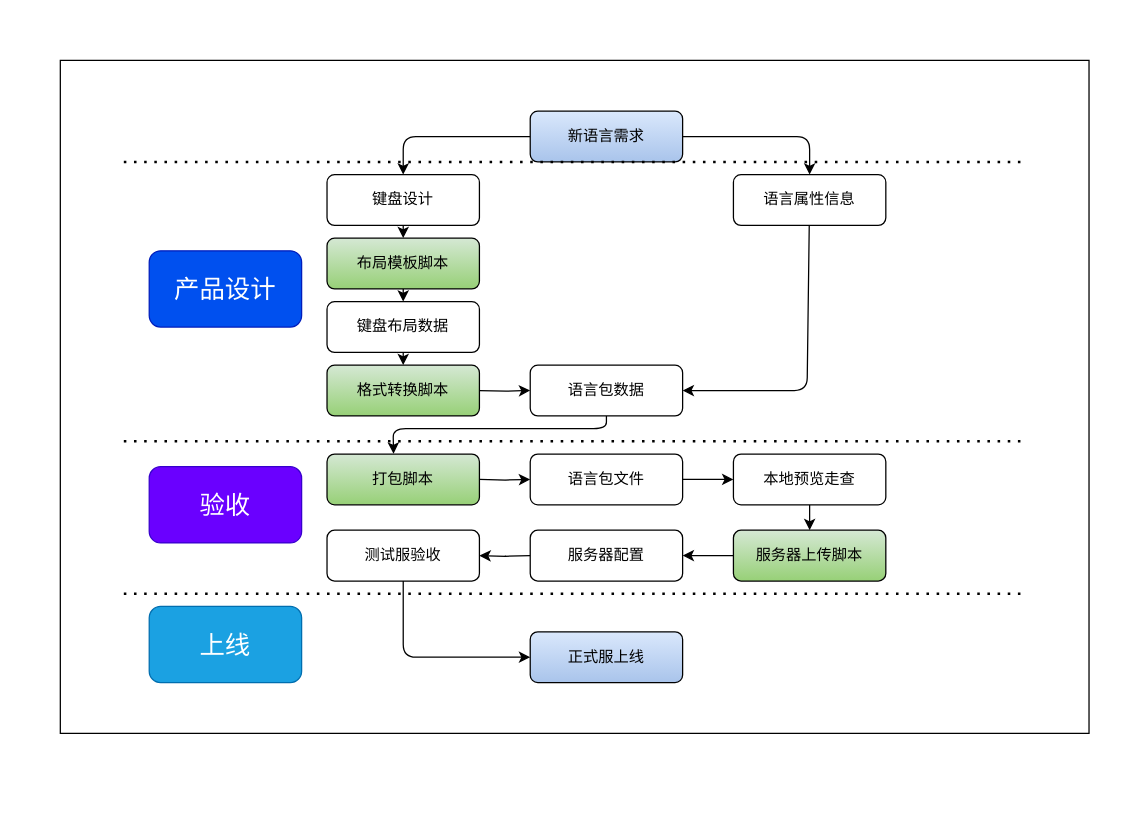
Above: layout-editor/布局编辑器.drawio in chonglv/charts (draw.io), before the change. Source tidied: cells renumbered, new cells numbered last; positions are measured from the earlier drawing's top-left corner, leaving out a move shared by most shapes. Both pictures are drawn from the tidied source at 127%, with x=0, y=0 at pixel (22, 22).
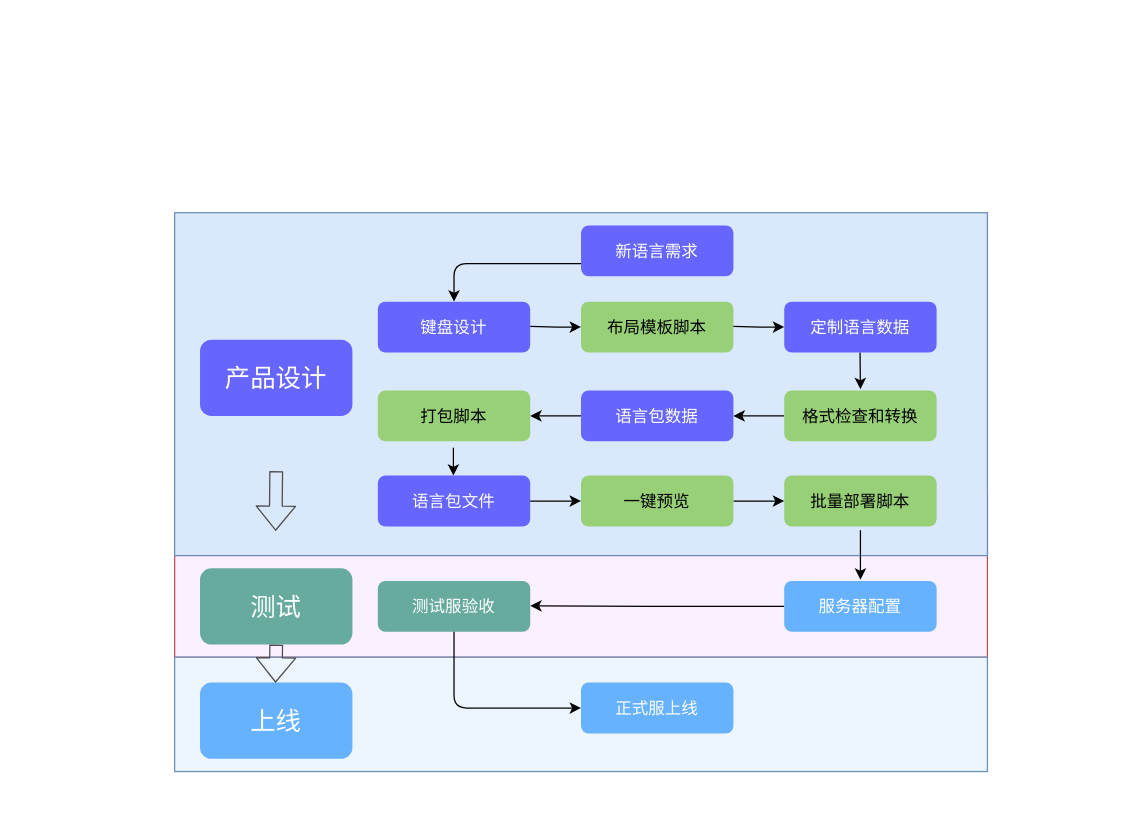
After the change.

Commit message:
Update 布局编辑器.drawio

What changed in the source:
```diff
@@
-    <mxCell id="2" style="edgeStyle=orthogonalEdgeStyle;rounded=0;orthogonalLoop=1;jettySize=auto;html=1;" parent="1" edge="1">
-      <mxGeometry relative="1" as="geometry">
-        <mxPoint x="300" y="210" as="sourcePoint" />
-        <mxPoint x="300" y="220" as="targetPoint" />
-      </mxGeometry>
-    </mxCell>
+    <mxCell id="38" style="rounded=0;whiteSpace=wrap;html=1;shadow=0;gradientColor=none;fontSize=13;fontColor=#FFFFFF;fillColor=none;strokeColor=none;" parent="1" vertex="1">
+      <mxGeometry x="80" y="120" width="720" height="490" as="geometry" />
+    </mxCell>
+    <mxCell id="39" style="rounded=0;whiteSpace=wrap;html=1;shadow=0;fontSize=13;strokeColor=#b85450;fillColor=#FAF0FF;" parent="1" vertex="1">
+      <mxGeometry x="120" y="370" width="640" height="130" as="geometry" />
+    </mxCell>
+    <mxCell id="40" style="rounded=0;whiteSpace=wrap;html=1;fontSize=13;shadow=0;fillColor=#dae8fc;strokeColor=#6c8ebf;" parent="1" vertex="1">
+      <mxGeometry x="120" y="150" width="640" height="270" as="geometry" />
+    </mxCell>
     <mxCell id="3" style="edgeStyle=orthogonalEdgeStyle;rounded=0;orthogonalLoop=1;jettySize=auto;html=1;" parent="1" edge="1">
       <mxGeometry relative="1" as="geometry">
-        <mxPoint x="300" y="260" as="sourcePoint" />
-        <mxPoint x="300" y="270" as="targetPoint" />
+        <mxPoint x="339.5" y="335" as="sourcePoint" />
+        <mxPoint x="339.5" y="357" as="targetPoint" />
       </mxGeometry>
     </mxCell>
-    <mxCell id="4" style="edgeStyle=orthogonalEdgeStyle;rounded=0;orthogonalLoop=1;jettySize=auto;html=1;" parent="1" edge="1">
+    <mxCell id="4" style="edgeStyle=orthogonalEdgeStyle;rounded=0;jettySize=auto;html=1;entryX=0;entryY=0.5;entryDx=0;entryDy=0;" parent="1" edge="1" target="20">
       <mxGeometry relative="1" as="geometry">
-        <mxPoint x="360" y="290" as="sourcePoint" />
-        <mxPoint x="400" y="290" as="targetPoint" />
+        <mxPoint x="400" y="239.5" as="sourcePoint" />
       </mxGeometry>
     </mxCell>
-    <mxCell id="5" style="edgeStyle=orthogonalEdgeStyle;rounded=0;orthogonalLoop=1;jettySize=auto;html=1;" parent="1" edge="1">
-      <mxGeometry relative="1" as="geometry">
-        <mxPoint x="360" y="360" as="sourcePoint" />
-        <mxPoint x="400" y="360" as="targetPoint" />
-      </mxGeometry>
-    </mxCell>
-    <mxCell id="6" style="edgeStyle=orthogonalEdgeStyle;rounded=0;orthogonalLoop=1;jettySize=auto;html=1;exitX=0;exitY=0.5;exitDx=0;exitDy=0;exitPerimeter=0;" parent="1" edge="1">
-      <mxGeometry relative="1" as="geometry">
-        <mxPoint x="400" y="420" as="sourcePoint" />
-        <mxPoint x="360" y="420" as="targetPoint" />
-      </mxGeometry>
-    </mxCell>
     <mxCell id="7" style="endArrow=classic;html=1;exitX=0;exitY=0.5;exitDx=0;exitDy=0;entryX=0.5;entryY=0;entryDx=0;entryDy=0;" parent="1" edge="1">
       <mxGeometry relative="1" as="geometry">
-        <mxPoint x="400" y="90" as="sourcePoint" />
-        <mxPoint x="300" y="120" as="targetPoint" />
+        <mxPoint x="440" y="190" as="sourcePoint" />
+        <mxPoint x="340" y="220" as="targetPoint" />
         <Array as="points">
-          <mxPoint x="300" y="90" />
+          <mxPoint x="340" y="190" />
         </Array>
       </mxGeometry>
     </mxCell>
-    <mxCell id="8" style="endArrow=classic;html=1;entryX=0.5;entryY=0;entryDx=0;entryDy=0;exitX=1;exitY=0.5;exitDx=0;exitDy=0;" parent="1" edge="1">
-      <mxGeometry relative="1" as="geometry">
-        <mxPoint x="520" y="90" as="sourcePoint" />
-        <mxPoint x="620" y="120" as="targetPoint" />
-        <Array as="points">
-          <mxPoint x="620" y="90" />
-        </Array>
-      </mxGeometry>
-    </mxCell>
-    <mxCell id="9" style="endArrow=classic;html=1;exitX=0.5;exitY=1;exitDx=0;exitDy=0;" parent="1" edge="1">
-      <mxGeometry relative="1" as="geometry">
-        <mxPoint x="300" y="160" as="sourcePoint" />
-        <mxPoint x="300" y="170" as="targetPoint" />
-      </mxGeometry>
-    </mxCell>
-    <mxCell id="10" style="endArrow=classic;html=1;entryX=0;entryY=0.5;entryDx=0;entryDy=0;exitX=1;exitY=0.5;exitDx=0;exitDy=0;" parent="1" edge="1">
+    <mxCell id="10" style="endArrow=classic;html=1;entryX=1;entryY=0.5;entryDx=0;entryDy=0;" parent="1" edge="1" target="29">
       <mxGeometry relative="1" as="geometry">
-        <mxPoint x="520" y="360" as="sourcePoint" />
-        <mxPoint x="560" y="360" as="targetPoint" />
+        <mxPoint x="600" y="310" as="sourcePoint" />
       </mxGeometry>
     </mxCell>
-    <mxCell id="11" style="endArrow=classic;html=1;exitX=0;exitY=0.5;exitDx=0;exitDy=0;entryX=1;entryY=0.5;entryDx=0;entryDy=0;" parent="1" edge="1">
-      <mxGeometry relative="1" as="geometry">
-        <mxPoint x="560" y="420" as="sourcePoint" />
-        <mxPoint x="520" y="420" as="targetPoint" />
-      </mxGeometry>
-    </mxCell>
-    <mxCell id="12" style="endArrow=classic;html=1;entryX=1;entryY=0.5;entryDx=0;entryDy=0;" parent="1" edge="1">
+    <mxCell id="12" style="endArrow=classic;html=1;" parent="1" edge="1">
       <mxGeometry relative="1" as="geometry">
-        <mxPoint x="619.7" y="160" as="sourcePoint" />
-        <mxPoint x="520" y="290" as="targetPoint" />
-        <Array as="points">
-          <mxPoint x="618" y="290" />
-        </Array>
+        <mxPoint x="659.7" y="260" as="sourcePoint" />
+        <mxPoint x="660" y="289" as="targetPoint" />
       </mxGeometry>
     </mxCell>
-    <mxCell id="13" style="endArrow=classic;html=1;exitX=0.5;exitY=1;exitDx=0;exitDy=0;entryX=0.437;entryY=-0.005;entryDx=0;entryDy=0;entryPerimeter=0;" parent="1" edge="1">
-      <mxGeometry relative="1" as="geometry">
-        <mxPoint x="460" y="310" as="sourcePoint" />
-        <mxPoint x="292.4" y="339.8" as="targetPoint" />
-        <Array as="points">
-          <mxPoint x="460" y="320" />
-          <mxPoint x="292" y="320" />
-        </Array>
-      </mxGeometry>
-    </mxCell>
-    <mxCell id="14" style="endArrow=classic;html=1;exitX=0.5;exitY=1;exitDx=0;exitDy=0;entryX=0.5;entryY=0;entryDx=0;entryDy=0;" parent="1" edge="1">
+    <mxCell id="14" style="endArrow=classic;html=1;exitX=1;exitY=0.5;exitDx=0;exitDy=0;" parent="1" edge="1" source="26">
       <mxGeometry relative="1" as="geometry">
-        <mxPoint x="620" y="380" as="sourcePoint" />
-        <mxPoint x="620" y="400" as="targetPoint" />
+        <mxPoint x="600" y="377" as="targetPoint" />
       </mxGeometry>
     </mxCell>
-    <mxCell id="15" style="endArrow=classic;html=1;exitX=0.5;exitY=1;exitDx=0;exitDy=0;entryX=0;entryY=0.5;entryDx=0;entryDy=0;" parent="1" edge="1" target="17">
-      <mxGeometry relative="1" as="geometry">
-        <mxPoint x="300" y="430" as="sourcePoint" />
-        <Array as="points">
-          <mxPoint x="300" y="500" />
-        </Array>
-      </mxGeometry>
-    </mxCell>
-    <mxCell id="16" value="&lt;span&gt;新语言需求&lt;/span&gt;" style="rounded=1;whiteSpace=wrap;html=1;strokeColor=#000000;fillColor=#DAE8FC;gradientColor=#A9C4EB;" parent="1" vertex="1">
-      <mxGeometry x="400" y="70" width="120" height="40" as="geometry" />
+    <mxCell id="16" value="&lt;span style=&quot;font-size: 13px;&quot;&gt;新语言需求&lt;/span&gt;" style="rounded=1;whiteSpace=wrap;html=1;strokeColor=none;fontSize=13;fontColor=#FFFFFF;fillColor=#6666FF;" parent="1" vertex="1">
+      <mxGeometry x="440" y="160" width="120" height="40" as="geometry" />
     </mxCell>
-    <mxCell id="17" value="正式服上线" style="rounded=1;whiteSpace=wrap;html=1;strokeColor=#000000;fillColor=#DAE8FC;gradientColor=#A9C4EB;" parent="1" vertex="1">
-      <mxGeometry x="400" y="480" width="120" height="40" as="geometry" />
-    </mxCell>
-    <mxCell id="18" value="键盘设计" style="rounded=1;whiteSpace=wrap;html=1;strokeColor=#000000;fillColor=#FFFFFF;" parent="1" vertex="1">
-      <mxGeometry x="240" y="120" width="120" height="40" as="geometry" />
+    <mxCell id="18" value="键盘设计" style="rounded=1;whiteSpace=wrap;html=1;fillColor=#6666FF;fontColor=#FFFFFF;strokeColor=none;fontSize=13;" parent="1" vertex="1">
+      <mxGeometry x="280" y="220" width="120" height="40" as="geometry" />
     </mxCell>
-    <mxCell id="19" value="语言属性信息" style="rounded=1;whiteSpace=wrap;html=1;strokeColor=#000000;fillColor=#FFFFFF;" parent="1" vertex="1">
-      <mxGeometry x="560" y="120" width="120" height="40" as="geometry" />
-    </mxCell>
-    <mxCell id="20" value="布局模板脚本" style="rounded=1;whiteSpace=wrap;html=1;strokeColor=#000000;fillColor=#D5E8D4;gradientColor=#97D077;" parent="1" vertex="1">
-      <mxGeometry x="240" y="170" width="120" height="40" as="geometry" />
+    <mxCell id="20" value="布局模板脚本" style="rounded=1;whiteSpace=wrap;html=1;fillColor=#97D077;strokeColor=none;fontSize=13;" parent="1" vertex="1">
+      <mxGeometry x="440" y="220" width="120" height="40" as="geometry" />
     </mxCell>
-    <mxCell id="21" value="格式转换脚本" style="rounded=1;whiteSpace=wrap;html=1;strokeColor=#000000;fillColor=#D5E8D4;gradientColor=#97D077;" parent="1" vertex="1">
-      <mxGeometry x="240" y="270" width="120" height="40" as="geometry" />
+    <mxCell id="21" value="格式检查和转换" style="rounded=1;whiteSpace=wrap;html=1;fillColor=#97D077;strokeColor=none;fontSize=13;" parent="1" vertex="1">
+      <mxGeometry x="600" y="290" width="120" height="40" as="geometry" />
     </mxCell>
-    <mxCell id="22" value="打包脚本" style="rounded=1;whiteSpace=wrap;html=1;strokeColor=#000000;fillColor=#D5E8D4;gradientColor=#97D077;" parent="1" vertex="1">
-      <mxGeometry x="240" y="340" width="120" height="40" as="geometry" />
+    <mxCell id="22" value="打包脚本" style="rounded=1;whiteSpace=wrap;html=1;fillColor=#97D077;strokeColor=none;fontSize=13;" parent="1" vertex="1">
+      <mxGeometry x="280" y="290" width="120" height="40" as="geometry" />
     </mxCell>
-    <mxCell id="23" value="服务器上传脚本" style="rounded=1;whiteSpace=wrap;html=1;strokeColor=#000000;fillColor=#D5E8D4;gradientColor=#97D077;" parent="1" vertex="1">
-      <mxGeometry x="560" y="400" width="120" height="40" as="geometry" />
+    <mxCell id="23" value="批量部署脚本" style="rounded=1;whiteSpace=wrap;html=1;fillColor=#97D077;strokeColor=none;fontSize=13;" parent="1" vertex="1">
+      <mxGeometry x="600" y="357" width="120" height="40" as="geometry" />
     </mxCell>
-    <mxCell id="24" value="键盘布局数据" style="rounded=1;whiteSpace=wrap;html=1;strokeColor=#000000;fillColor=#FFFFFF;" parent="1" vertex="1">
-      <mxGeometry x="240" y="220" width="120" height="40" as="geometry" />
+    <mxCell id="24" value="定制语言数据" style="rounded=1;whiteSpace=wrap;html=1;strokeColor=none;fillColor=#6666FF;fontColor=#FFFFFF;fontSize=13;" parent="1" vertex="1">
+      <mxGeometry x="600" y="220" width="120" height="40" as="geometry" />
     </mxCell>
-    <mxCell id="25" value="语言包文件" style="rounded=1;whiteSpace=wrap;html=1;strokeColor=#000000;fillColor=#FFFFFF;" parent="1" vertex="1">
-      <mxGeometry x="400" y="340" width="120" height="40" as="geometry" />
+    <mxCell id="25" value="语言包文件" style="rounded=1;whiteSpace=wrap;html=1;fillColor=#6666FF;strokeColor=none;fontColor=#FFFFFF;fontSize=13;" parent="1" vertex="1">
+      <mxGeometry x="280" y="357" width="120" height="40" as="geometry" />
     </mxCell>
-    <mxCell id="26" value="本地预览走查" style="rounded=1;whiteSpace=wrap;html=1;strokeColor=#000000;fillColor=#FFFFFF;" parent="1" vertex="1">
-      <mxGeometry x="560" y="340" width="120" height="40" as="geometry" />
+    <mxCell id="26" value="一键预览" style="rounded=1;whiteSpace=wrap;html=1;fillColor=#97D077;strokeColor=none;fontSize=13;" parent="1" vertex="1">
+      <mxGeometry x="440" y="357" width="120" height="40" as="geometry" />
     </mxCell>
+    <mxCell id="29" value="语言包数据" style="rounded=1;whiteSpace=wrap;html=1;fontColor=#FFFFFF;strokeColor=none;fillColor=#6666FF;fontSize=13;" parent="1" vertex="1">
+      <mxGeometry x="440" y="290" width="120" height="40" as="geometry" />
+    </mxCell>
+    <mxCell id="35" value="&lt;font style=&quot;font-size: 20px&quot;&gt;产品设计&lt;/font&gt;" style="rounded=1;whiteSpace=wrap;html=1;fontColor=#ffffff;fillColor=#6666FF;strokeColor=none;" parent="1" vertex="1">
+      <mxGeometry x="140" y="250" width="120" height="60" as="geometry" />
+    </mxCell>
+    <mxCell id="41" style="edgeStyle=orthogonalEdgeStyle;rounded=0;jettySize=auto;html=1;entryX=0;entryY=0.5;entryDx=0;entryDy=0;" parent="1" edge="1" target="24">
+      <mxGeometry relative="1" as="geometry">
+        <mxPoint x="560" y="239.5" as="sourcePoint" />
+      </mxGeometry>
+    </mxCell>
+    <mxCell id="42" style="endArrow=classic;html=1;entryX=1;entryY=0.5;entryDx=0;entryDy=0;" parent="1" edge="1">
+      <mxGeometry relative="1" as="geometry">
+        <mxPoint x="440" y="310" as="sourcePoint" />
+        <mxPoint x="400" y="310" as="targetPoint" />
+      </mxGeometry>
+    </mxCell>
+    <mxCell id="43" style="edgeStyle=orthogonalEdgeStyle;rounded=0;jettySize=auto;html=1;entryX=0;entryY=0.5;entryDx=0;entryDy=0;exitX=1;exitY=0.5;exitDx=0;exitDy=0;" parent="1" edge="1" source="25" target="26">
+      <mxGeometry relative="1" as="geometry" />
+    </mxCell>
+    <mxCell id="6" style="edgeStyle=orthogonalEdgeStyle;rounded=0;jettySize=auto;html=1;exitX=0;exitY=0.5;exitDx=0;exitDy=0;" parent="1" edge="1" source="27">
+      <mxGeometry relative="1" as="geometry">
+        <mxPoint x="400" y="459.5" as="targetPoint" />
+        <Array as="points">
+          <mxPoint x="495" y="460" />
+        </Array>
+      </mxGeometry>
+    </mxCell>
+    <mxCell id="11" style="endArrow=classic;html=1;" parent="1" edge="1">
+      <mxGeometry relative="1" as="geometry">
+        <mxPoint x="660" y="400" as="sourcePoint" />
+        <mxPoint x="660" y="439" as="targetPoint" />
+      </mxGeometry>
+    </mxCell>
-    <mxCell id="27" value="服务器配置" style="rounded=1;whiteSpace=wrap;html=1;strokeColor=#000000;fillColor=#FFFFFF;" parent="1" vertex="1">
-      <mxGeometry x="400" y="400" width="120" height="40" as="geometry" />
+    <mxCell id="27" value="服务器配置" style="rounded=1;whiteSpace=wrap;html=1;fontSize=13;strokeColor=none;fillColor=#66B2FF;fontColor=#FFFFFF;" parent="1" vertex="1">
+      <mxGeometry x="600" y="440" width="120" height="40" as="geometry" />
     </mxCell>
-    <mxCell id="28" value="测试服验收" style="rounded=1;whiteSpace=wrap;html=1;strokeColor=#000000;fillColor=#FFFFFF;" parent="1" vertex="1">
-      <mxGeometry x="240" y="400" width="120" height="40" as="geometry" />
+    <mxCell id="28" value="测试服验收" style="rounded=1;whiteSpace=wrap;html=1;strokeColor=none;fontColor=#FFFFFF;fontSize=13;fillColor=#67AB9F;" parent="1" vertex="1">
+      <mxGeometry x="280" y="440" width="120" height="40" as="geometry" />
     </mxCell>
-    <mxCell id="29" value="语言包数据" style="rounded=1;whiteSpace=wrap;html=1;strokeColor=#000000;fillColor=#FFFFFF;" parent="1" vertex="1">
-      <mxGeometry x="400" y="270" width="120" height="40" as="geometry" />
-    </mxCell>
-    <mxCell id="30" style="endArrow=none;dashed=1;html=1;dashPattern=1 3;strokeWidth=2;" parent="1" edge="1">
-      <mxGeometry relative="1" as="geometry">
-        <mxPoint x="80" y="330" as="sourcePoint" />
-        <mxPoint x="790" y="330" as="targetPoint" />
-      </mxGeometry>
-    </mxCell>
-    <mxCell id="31" style="endArrow=none;dashed=1;html=1;dashPattern=1 3;strokeWidth=2;" parent="1" edge="1">
-      <mxGeometry relative="1" as="geometry">
-        <mxPoint x="80" y="450" as="sourcePoint" />
-        <mxPoint x="790" y="450" as="targetPoint" />
-      </mxGeometry>
-    </mxCell>
-    <mxCell id="32" style="endArrow=none;dashed=1;html=1;dashPattern=1 3;strokeWidth=2;" parent="1" edge="1">
-      <mxGeometry relative="1" as="geometry">
-        <mxPoint x="80" y="110" as="sourcePoint" />
-        <mxPoint x="790" y="110" as="targetPoint" />
-      </mxGeometry>
-    </mxCell>
-    <mxCell id="33" value="&lt;font style=&quot;font-size: 20px&quot;&gt;验收&lt;/font&gt;" style="rounded=1;whiteSpace=wrap;html=1;strokeColor=#3700CC;fillColor=#6a00ff;fontColor=#ffffff;" parent="1" vertex="1">
-      <mxGeometry x="100" y="350" width="120" height="60" as="geometry" />
+    <mxCell id="33" value="&lt;font style=&quot;font-size: 20px&quot;&gt;测试&lt;/font&gt;" style="rounded=1;whiteSpace=wrap;html=1;fontColor=#ffffff;strokeColor=none;fillColor=#67AB9F;" parent="1" vertex="1">
+      <mxGeometry x="140" y="430" width="120" height="60" as="geometry" />
     </mxCell>
+    <mxCell id="44" style="rounded=0;whiteSpace=wrap;html=1;shadow=0;strokeColor=#6c8ebf;fontSize=13;fillColor=#EDF6FF;" parent="1" vertex="1">
+      <mxGeometry x="120" y="500" width="640" height="90" as="geometry" />
+    </mxCell>
+    <mxCell id="15" style="endArrow=classic;html=1;exitX=0.5;exitY=1;exitDx=0;exitDy=0;entryX=0;entryY=0.5;entryDx=0;entryDy=0;" parent="1" edge="1" target="17">
+      <mxGeometry relative="1" as="geometry">
+        <mxPoint x="340" y="480" as="sourcePoint" />
+        <Array as="points">
+          <mxPoint x="340" y="540" />
+        </Array>
+      </mxGeometry>
+    </mxCell>
+    <mxCell id="17" value="正式服上线" style="rounded=1;whiteSpace=wrap;html=1;strokeColor=none;fontColor=#FFFFFF;fontSize=13;fillColor=#66B2FF;" parent="1" vertex="1">
+      <mxGeometry x="440" y="520" width="120" height="40" as="geometry" />
+    </mxCell>
-    <mxCell id="34" value="&lt;font style=&quot;font-size: 20px&quot;&gt;上线&lt;/font&gt;" style="rounded=1;whiteSpace=wrap;html=1;strokeColor=#006EAF;fillColor=#1ba1e2;fontColor=#ffffff;" parent="1" vertex="1">
-      <mxGeometry x="100" y="460" width="120" height="60" as="geometry" />
+    <mxCell id="34" value="&lt;font style=&quot;font-size: 20px&quot;&gt;上线&lt;/font&gt;" style="rounded=1;whiteSpace=wrap;html=1;fontColor=#ffffff;strokeColor=none;fillColor=#66B2FF;" parent="1" vertex="1">
+      <mxGeometry x="140" y="520" width="120" height="60" as="geometry" />
     </mxCell>
-    <mxCell id="35" value="&lt;font style=&quot;font-size: 20px&quot;&gt;产品设计&lt;/font&gt;" style="rounded=1;whiteSpace=wrap;html=1;strokeColor=#001DBC;fillColor=#0050ef;fontColor=#ffffff;" parent="1" vertex="1">
-      <mxGeometry x="100" y="180" width="120" height="60" as="geometry" />
-    </mxCell>
-    <mxCell id="36" style="verticalLabelPosition=bottom;verticalAlign=top;html=1;shape=mxgraph.basic.rect;fillColor2=none;strokeWidth=1;size=20;indent=5;gradientColor=none;fillColor=none;" parent="1" vertex="1">
-      <mxGeometry x="30" y="30" width="810" height="530" as="geometry" />
-    </mxCell>
-    <mxCell id="37" style="verticalLabelPosition=bottom;verticalAlign=top;html=1;shape=mxgraph.basic.rect;fillColor2=none;strokeWidth=1;size=20;indent=5;fillColor=none;gradientColor=none;strokeColor=none;" parent="1" vertex="1">
-      <mxGeometry width="870" height="590" as="geometry" />
-    </mxCell>
+    <mxCell id="45" style="shape=flexArrow;endArrow=classic;html=1;fontColor=#CCCCCC;strokeColor=#4D4D4D;" parent="1" edge="1">
+      <mxGeometry relative="1" as="geometry">
+        <mxPoint x="200" y="353.5" as="sourcePoint" />
+        <mxPoint x="199.5" y="400.5" as="targetPoint" />
+      </mxGeometry>
+    </mxCell>
+    <mxCell id="46" style="shape=flexArrow;endArrow=classic;html=1;fontColor=#CCCCCC;strokeColor=#4D4D4D;" parent="1" edge="1">
+      <mxGeometry relative="1" as="geometry">
+        <mxPoint x="200" y="490" as="sourcePoint" />
+        <mxPoint x="199.5" y="520" as="targetPoint" />
+      </mxGeometry>
+    </mxCell>
```
